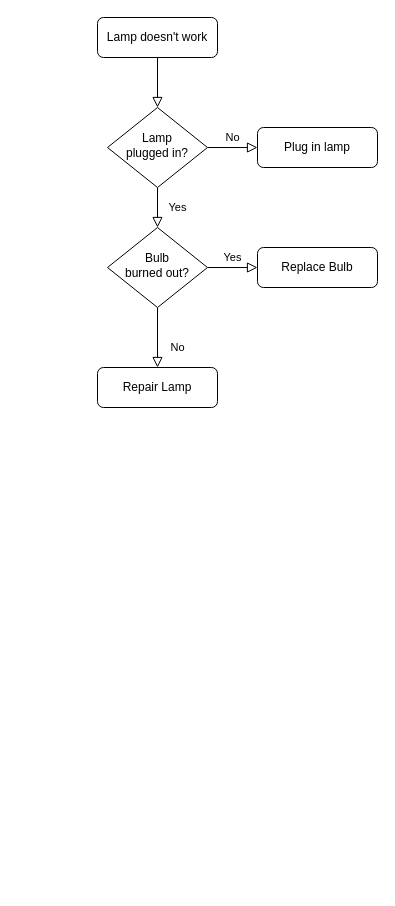
Above: 未命名绘图.drawio in luluZoe/MMseqs2 (draw.io), before the change. Source tidied: cells renumbered, new cells numbered last; positions are measured from the earlier drawing's top-left corner, leaving out a move shared by most shapes. Both pictures are drawn from the tidied source at 100%, with x=0, y=0 at pixel (97, 17).
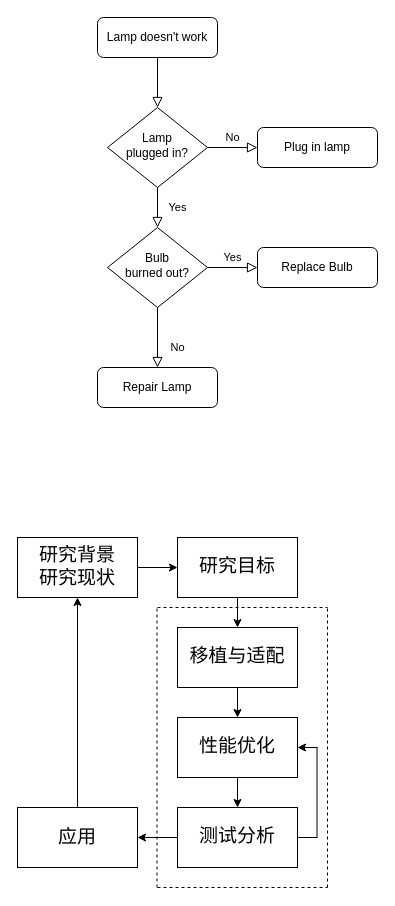
The same page after the edit.

Commit message (it also covers changes not shown here):
更新未命名绘图.drawio

What changed in the source:
```diff
@@
+    <mxCell id="13" style="edgeStyle=orthogonalEdgeStyle;rounded=0;jettySize=auto;html=1;" parent="1" edge="1" source="14" target="16">
+      <mxGeometry relative="1" as="geometry" />
+    </mxCell>
+    <mxCell id="14" value="&lt;pre&gt;&lt;font style=&quot;font-size: 19px;&quot;&gt;研究背景&lt;br&gt;研究现状&lt;/font&gt;&lt;/pre&gt;" style="rounded=0;whiteSpace=wrap;html=1;" parent="1" vertex="1">
+      <mxGeometry x="-80" y="520" width="120" height="60" as="geometry" />
+    </mxCell>
+    <mxCell id="15" style="edgeStyle=orthogonalEdgeStyle;rounded=0;jettySize=auto;html=1;" parent="1" edge="1" source="16" target="18">
+      <mxGeometry relative="1" as="geometry" />
+    </mxCell>
+    <mxCell id="16" value="&lt;pre&gt;&lt;font style=&quot;font-size: 19px;&quot;&gt;研究目标&lt;br&gt;&lt;/font&gt;&lt;/pre&gt;" style="rounded=0;whiteSpace=wrap;html=1;" parent="1" vertex="1">
+      <mxGeometry x="80" y="520" width="120" height="60" as="geometry" />
+    </mxCell>
+    <mxCell id="17" style="edgeStyle=orthogonalEdgeStyle;rounded=0;jettySize=auto;html=1;" parent="1" edge="1" source="18" target="20">
+      <mxGeometry relative="1" as="geometry" />
+    </mxCell>
+    <mxCell id="18" value="&lt;pre&gt;&lt;font style=&quot;font-size: 19px;&quot;&gt;移植与适配&lt;br&gt;&lt;/font&gt;&lt;/pre&gt;" style="rounded=0;whiteSpace=wrap;html=1;" parent="1" vertex="1">
+      <mxGeometry x="80" y="610" width="120" height="60" as="geometry" />
+    </mxCell>
+    <mxCell id="19" style="edgeStyle=orthogonalEdgeStyle;rounded=0;jettySize=auto;html=1;" parent="1" edge="1" source="20" target="22">
+      <mxGeometry relative="1" as="geometry" />
+    </mxCell>
+    <mxCell id="20" value="&lt;pre&gt;&lt;font style=&quot;font-size: 19px;&quot;&gt;性能优化&lt;br&gt;&lt;/font&gt;&lt;/pre&gt;" style="rounded=0;whiteSpace=wrap;html=1;" parent="1" vertex="1">
+      <mxGeometry x="80" y="700" width="120" height="60" as="geometry" />
+    </mxCell>
+    <mxCell id="21" style="edgeStyle=orthogonalEdgeStyle;rounded=0;jettySize=auto;html=1;" parent="1" edge="1" source="22" target="23">
+      <mxGeometry relative="1" as="geometry" />
+    </mxCell>
+    <mxCell id="22" value="&lt;pre&gt;&lt;span style=&quot;font-size: 19px;&quot;&gt;测试分析&lt;/span&gt;&lt;/pre&gt;" style="rounded=0;whiteSpace=wrap;html=1;" parent="1" vertex="1">
+      <mxGeometry x="80" y="790" width="120" height="60" as="geometry" />
+    </mxCell>
+    <mxCell id="23" value="&lt;font style=&quot;font-size: 19px;&quot;&gt;应用&lt;/font&gt;" style="rounded=0;whiteSpace=wrap;html=1;" parent="1" vertex="1">
+      <mxGeometry x="-80" y="790" width="120" height="60" as="geometry" />
+    </mxCell>
+    <mxCell id="24" style="endArrow=none;html=1;rounded=0;entryX=1;entryY=0.5;entryDx=0;entryDy=0;" parent="1" edge="1" target="22">
+      <mxGeometry relative="1" as="geometry">
+        <mxPoint x="220" y="820" as="sourcePoint" />
+      </mxGeometry>
+    </mxCell>
+    <mxCell id="25" style="endArrow=none;html=1;rounded=0;" parent="1" edge="1">
+      <mxGeometry relative="1" as="geometry">
+        <mxPoint x="219.5" y="820" as="sourcePoint" />
+        <mxPoint x="219.5" y="730" as="targetPoint" />
+      </mxGeometry>
+    </mxCell>
+    <mxCell id="26" style="endArrow=classic;html=1;rounded=0;" parent="1" edge="1">
+      <mxGeometry relative="1" as="geometry">
+        <mxPoint x="220" y="730" as="sourcePoint" />
+        <mxPoint x="200" y="730" as="targetPoint" />
+      </mxGeometry>
+    </mxCell>
+    <mxCell id="27" style="endArrow=classic;html=1;rounded=0;entryX=0.5;entryY=1;entryDx=0;entryDy=0;exitX=0.5;exitY=0;exitDx=0;exitDy=0;" parent="1" edge="1" source="23" target="14">
+      <mxGeometry relative="1" as="geometry" />
+    </mxCell>
+    <mxCell id="28" style="endArrow=none;dashed=1;html=1;rounded=0;" parent="1" edge="1">
+      <mxGeometry relative="1" as="geometry">
+        <mxPoint x="59.5" y="870" as="sourcePoint" />
+        <mxPoint x="59.5" y="590" as="targetPoint" />
+      </mxGeometry>
+    </mxCell>
+    <mxCell id="29" style="endArrow=none;dashed=1;html=1;rounded=0;" parent="1" edge="1">
+      <mxGeometry relative="1" as="geometry">
+        <mxPoint x="60" y="590" as="sourcePoint" />
+        <mxPoint x="230" y="590" as="targetPoint" />
+      </mxGeometry>
+    </mxCell>
+    <mxCell id="30" style="endArrow=none;dashed=1;html=1;rounded=0;" parent="1" edge="1">
+      <mxGeometry relative="1" as="geometry">
+        <mxPoint x="230" y="870" as="sourcePoint" />
+        <mxPoint x="230" y="590" as="targetPoint" />
+      </mxGeometry>
+    </mxCell>
+    <mxCell id="31" style="endArrow=none;dashed=1;html=1;rounded=0;" parent="1" edge="1">
+      <mxGeometry relative="1" as="geometry">
+        <mxPoint x="60" y="870" as="sourcePoint" />
+        <mxPoint x="230" y="870" as="targetPoint" />
+      </mxGeometry>
+    </mxCell>
```
